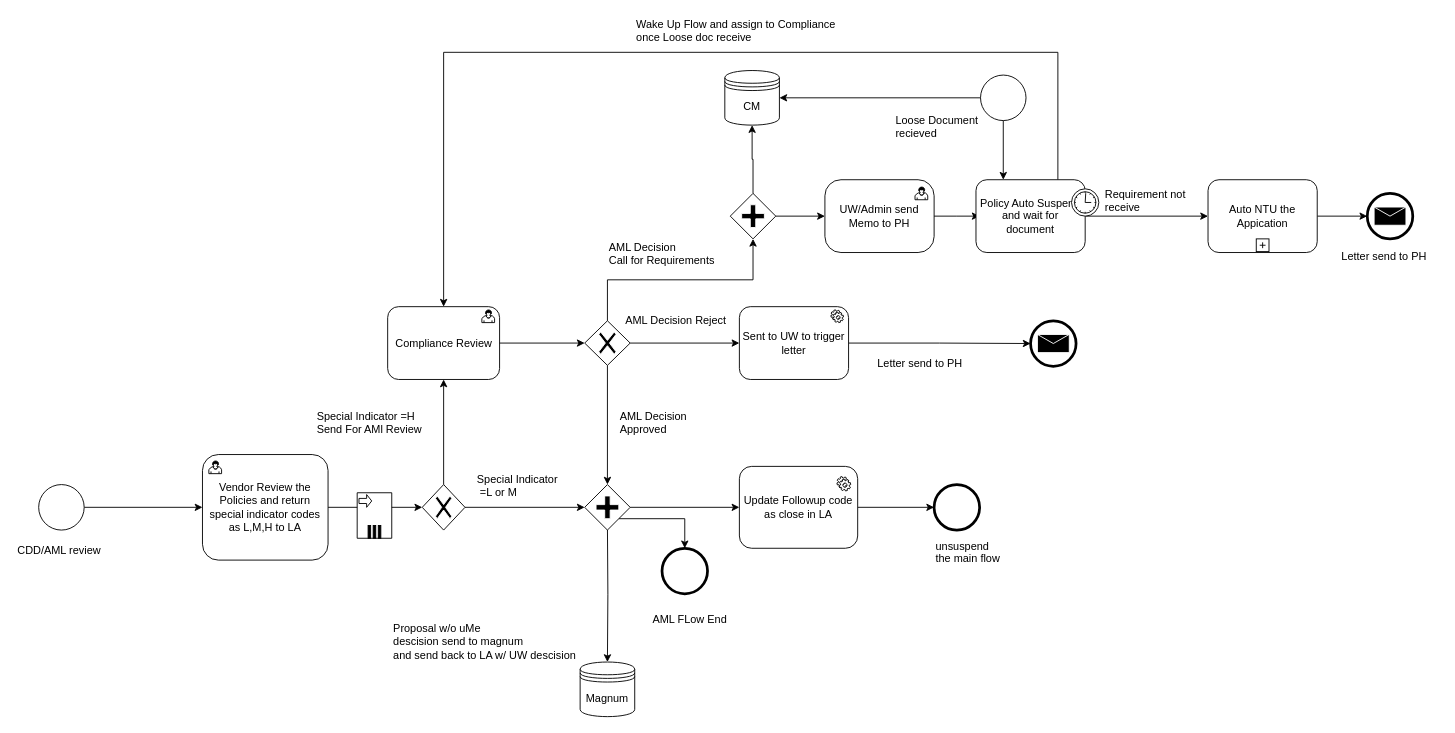
This is page "Page-5" (5 of 5) of Untitled Diagram.drawio from Jefferzonlee/WorkFlow-BPR, a draw.io file, before an edit. Source tidied: cells renumbered, new cells numbered last; positions are measured from the earlier drawing's top-left corner, leaving out a move shared by most shapes. Both pictures are drawn from the tidied source at 91%, with x=0, y=0 at pixel (15, 15).
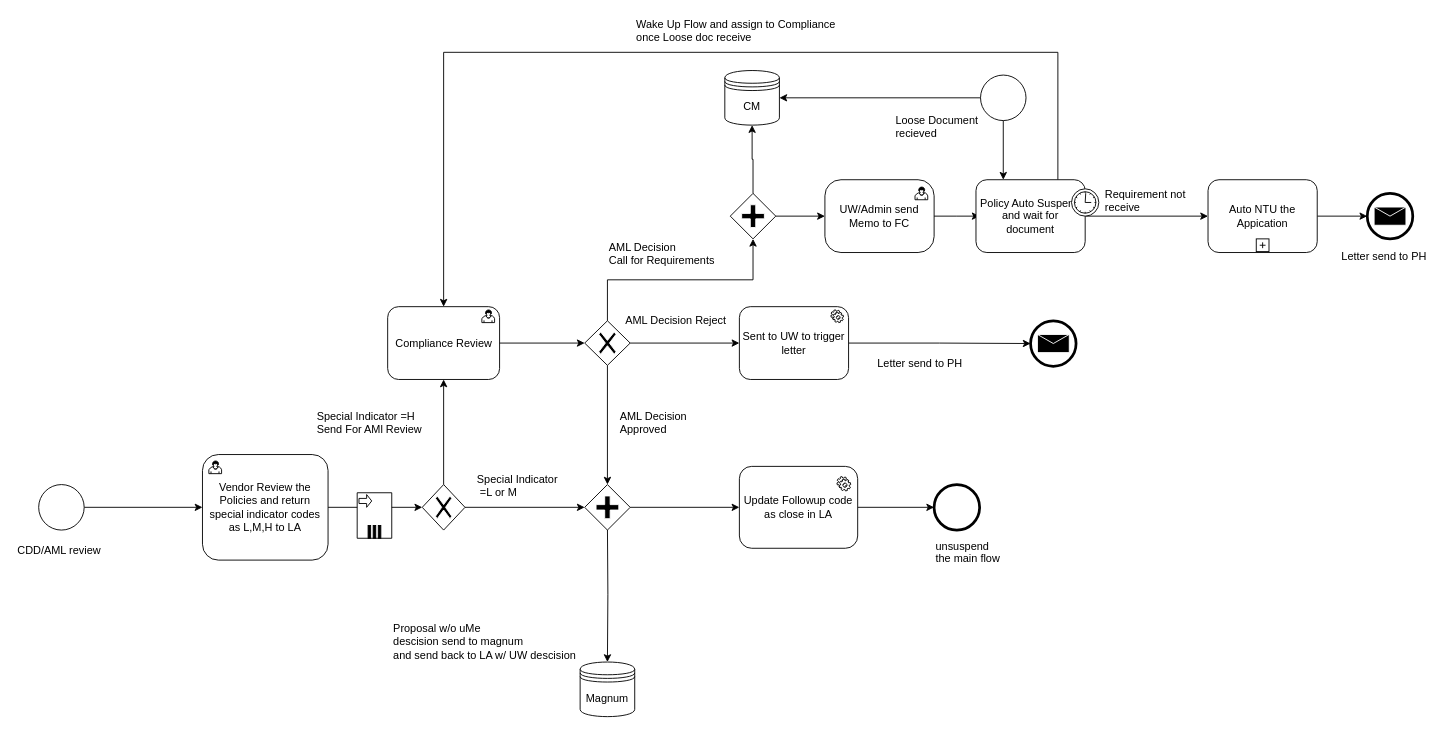
The same page after the edit.

The change refers to these unchanged cells:
```xml
<mxCell id="38" style="shape=mxgraph.bpmn.shape;html=1;verticalLabelPosition=bottom;labelBackgroundColor=#ffffff;verticalAlign=top;align=center;perimeter=rhombusPerimeter;background=gateway;outlineConnect=0;outline=none;symbol=parallelGw;" parent="1" vertex="1">
  <mxGeometry x="625" y="515" width="50" height="50" as="geometry" />
</mxCell>
```

Change to the diagram source:
```diff
@@
-    <mxCell id="17" value="UW/Admin send Memo to PH&lt;br&gt;" style="shape=ext;rounded=1;html=1;whiteSpace=wrap;arcSize=22;" parent="1" vertex="1">
+    <mxCell id="17" value="UW/Admin send Memo to FC&lt;br&gt;" style="shape=ext;rounded=1;html=1;whiteSpace=wrap;arcSize=22;" parent="1" vertex="1">
       <mxGeometry x="889" y="180" width="120" height="80" as="geometry" />
     </mxCell>
@@
-    <mxCell id="37" style="edgeStyle=orthogonalEdgeStyle;rounded=0;jettySize=auto;html=1;exitX=0.75;exitY=0.75;exitDx=0;exitDy=0;exitPerimeter=0;" parent="1" edge="1" source="38" target="64">
-      <mxGeometry relative="1" as="geometry" />
-    </mxCell>
@@
-    <mxCell id="64" style="shape=mxgraph.bpmn.shape;html=1;verticalLabelPosition=bottom;labelBackgroundColor=#ffffff;verticalAlign=top;align=center;perimeter=ellipsePerimeter;outlineConnect=0;outline=end;symbol=general;" parent="1" vertex="1">
-      <mxGeometry x="710" y="585" width="50" height="50" as="geometry" />
-    </mxCell>
-    <mxCell id="65" value="AML FLow End" style="text;html=1;align=left;verticalAlign=top;spacingTop=-4;" parent="1" vertex="1">
-      <mxGeometry x="697.5" y="654" width="100" height="20" as="geometry" />
-    </mxCell>
```
